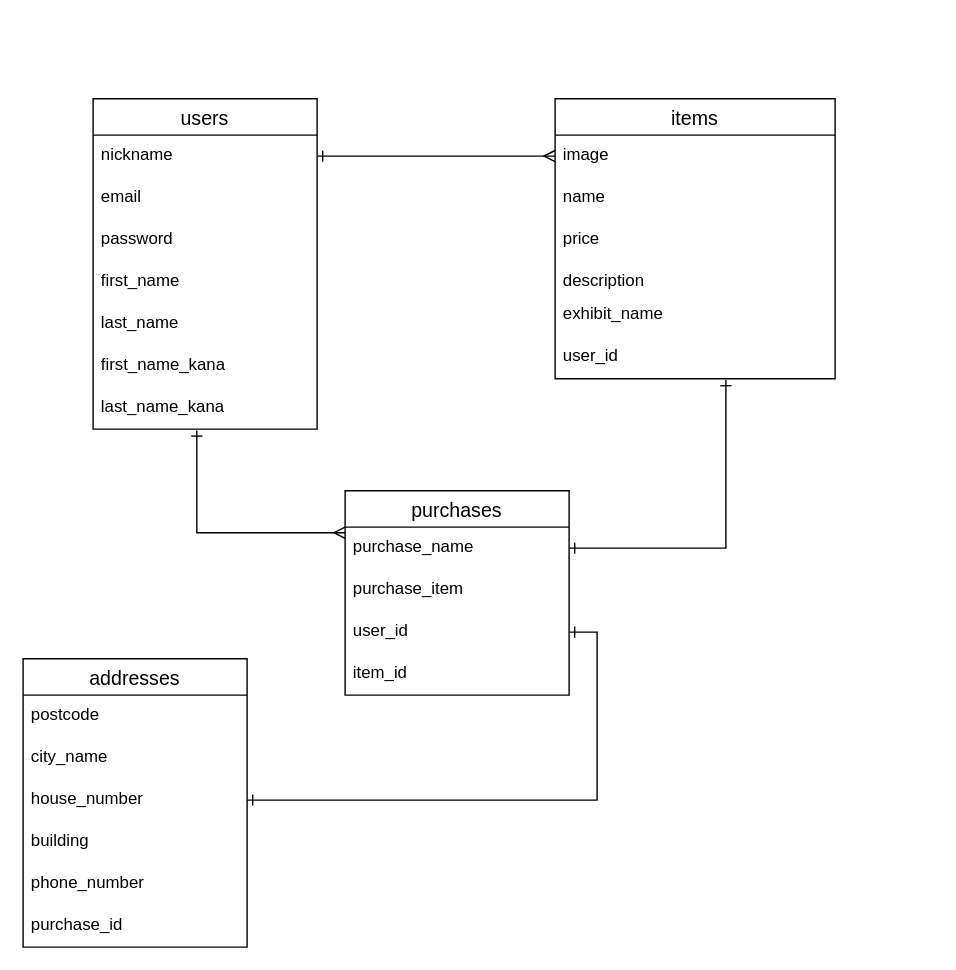
Earlier version of the draw.io diagram furima.dio (ebi-1341/furima-32549). Source tidied: cells renumbered, new cells numbered last; positions are measured from the earlier drawing's top-left corner, leaving out a move shared by most shapes. Both pictures are drawn from the tidied source at 140%, with x=0, y=0 at pixel (22, 98).
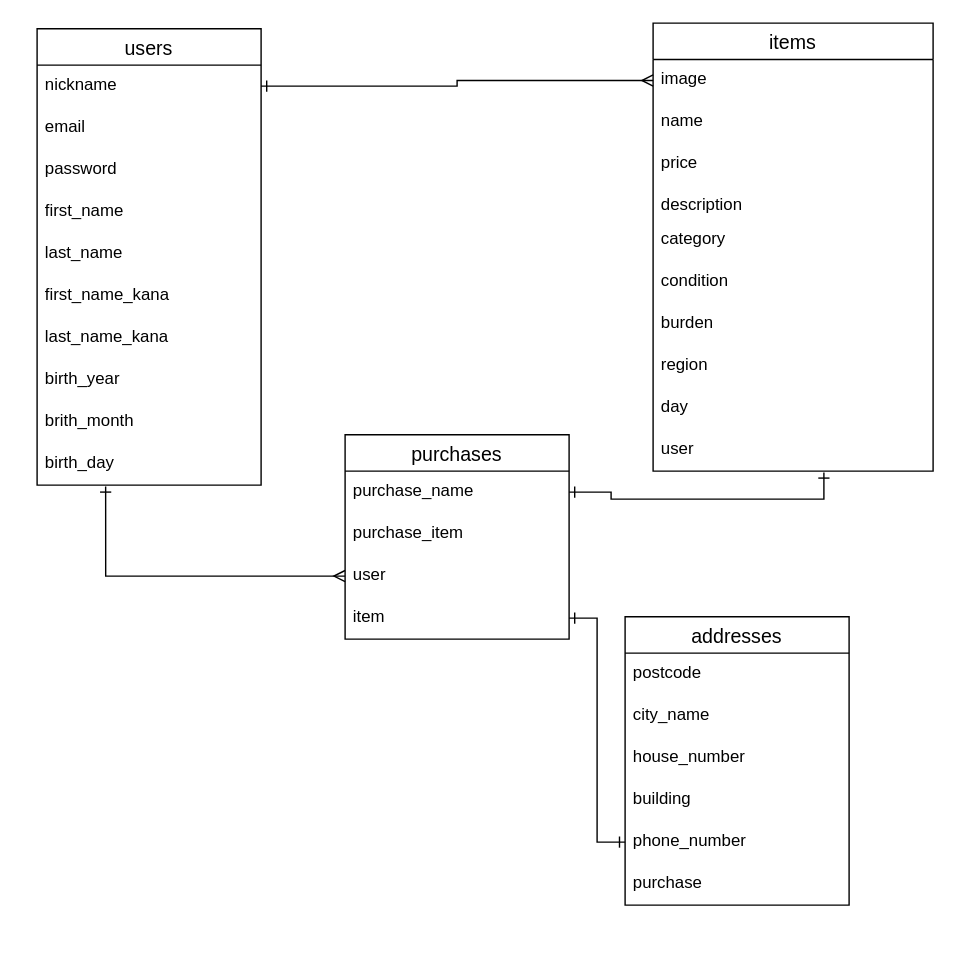
Above is the later version.

Commit message (it also covers changes not shown here):
ER図、READMEの修正

The change refers to these unchanged cells:
```xml
<mxCell id="9" value="last_name_kana" style="text;strokeColor=none;fillColor=none;spacingLeft=4;spacingRight=4;overflow=hidden;points=[[0,0.5],[1,0.5]];portConstraint=eastwest;fontSize=12;" parent="2" vertex="1">
  <mxGeometry y="206" width="160" height="30" as="geometry" />
</mxCell>
<mxCell id="26" value="house_number" style="text;strokeColor=none;fillColor=none;spacingLeft=4;spacingRight=4;overflow=hidden;points=[[0,0.5],[1,0.5]];portConstraint=eastwest;fontSize=12;" parent="23" vertex="1">
  <mxGeometry y="86" width="160" height="30" as="geometry" />
</mxCell>
<mxCell id="28" value="phone_number" style="text;strokeColor=none;fillColor=none;spacingLeft=4;spacingRight=4;overflow=hidden;points=[[0,0.5],[1,0.5]];portConstraint=eastwest;fontSize=12;" parent="23" vertex="1">
  <mxGeometry y="146" width="160" height="30" as="geometry" />
</mxCell>
```

What changed in the source:
```diff
@@
     <mxCell id="2" value="users" style="swimlane;fontStyle=0;horizontal=1;startSize=26;align=center;fontSize=14;" parent="1" vertex="1">
-      <mxGeometry x="50" width="160" height="236" as="geometry" />
+      <mxGeometry x="10" y="-50" width="160" height="326" as="geometry" />
     </mxCell>
@@
+    <mxCell id="33" value="birth_year" style="text;strokeColor=none;fillColor=none;spacingLeft=4;spacingRight=4;overflow=hidden;fontSize=12;" parent="2" vertex="1">
+      <mxGeometry y="236" width="160" height="30" as="geometry" />
+    </mxCell>
+    <mxCell id="34" value="brith_month" style="text;strokeColor=none;fillColor=none;spacingLeft=4;spacingRight=4;overflow=hidden;fontSize=12;" parent="2" vertex="1">
+      <mxGeometry y="266" width="160" height="30" as="geometry" />
+    </mxCell>
+    <mxCell id="35" value="birth_day" style="text;strokeColor=none;fillColor=none;spacingLeft=4;spacingRight=4;overflow=hidden;points=[[0,0.5],[1,0.5]];portConstraint=eastwest;fontSize=12;" parent="2" vertex="1">
+      <mxGeometry y="296" width="160" height="30" as="geometry" />
+    </mxCell>
     <mxCell id="10" value="items" style="swimlane;fontStyle=0;horizontal=1;startSize=26;align=center;fontSize=14;" parent="1" vertex="1">
-      <mxGeometry x="380" width="200" height="200" as="geometry" />
+      <mxGeometry x="450" y="-54" width="200" height="320" as="geometry" />
     </mxCell>
@@
-    <mxCell id="15" value="exhibit_name" style="text;strokeColor=none;fillColor=none;spacingLeft=4;spacingRight=4;overflow=hidden;fontSize=12;" parent="10" vertex="1">
-      <mxGeometry y="140" width="200" height="30" as="geometry" />
-    </mxCell>
+    <mxCell id="36" value="category" style="text;strokeColor=none;fillColor=none;spacingLeft=4;spacingRight=4;overflow=hidden;fontSize=12;" parent="10" vertex="1">
+      <mxGeometry y="140" width="200" height="30" as="geometry" />
+    </mxCell>
+    <mxCell id="37" value="condition" style="text;strokeColor=none;fillColor=none;spacingLeft=4;spacingRight=4;overflow=hidden;fontSize=12;" parent="10" vertex="1">
+      <mxGeometry y="170" width="200" height="30" as="geometry" />
+    </mxCell>
+    <mxCell id="38" value="burden" style="text;strokeColor=none;fillColor=none;spacingLeft=4;spacingRight=4;overflow=hidden;fontSize=12;" parent="10" vertex="1">
+      <mxGeometry y="200" width="200" height="30" as="geometry" />
+    </mxCell>
+    <mxCell id="39" value="region" style="text;strokeColor=none;fillColor=none;spacingLeft=4;spacingRight=4;overflow=hidden;fontSize=12;" parent="10" vertex="1">
+      <mxGeometry y="230" width="200" height="30" as="geometry" />
+    </mxCell>
+    <mxCell id="40" value="day" style="text;strokeColor=none;fillColor=none;spacingLeft=4;spacingRight=4;overflow=hidden;fontSize=12;" parent="10" vertex="1">
+      <mxGeometry y="260" width="200" height="30" as="geometry" />
+    </mxCell>
-    <mxCell id="16" value="user_id" style="text;strokeColor=none;fillColor=none;spacingLeft=4;spacingRight=4;overflow=hidden;points=[[0,0.5],[1,0.5]];portConstraint=eastwest;fontSize=12;" parent="10" vertex="1">
-      <mxGeometry y="170" width="200" height="30" as="geometry" />
+    <mxCell id="16" value="user" style="text;strokeColor=none;fillColor=none;spacingLeft=4;spacingRight=4;overflow=hidden;points=[[0,0.5],[1,0.5]];portConstraint=eastwest;fontSize=12;" parent="10" vertex="1">
+      <mxGeometry y="290" width="200" height="30" as="geometry" />
     </mxCell>
-    <mxCell id="17" style="edgeStyle=orthogonalEdgeStyle;rounded=0;jettySize=auto;html=1;entryX=0.463;entryY=1.033;entryDx=0;entryDy=0;entryPerimeter=0;startArrow=ERmany;startFill=0;endArrow=ERone;endFill=0;" parent="1" edge="1" source="18" target="9">
-      <mxGeometry relative="1" as="geometry">
-        <Array as="points">
-          <mxPoint x="124" y="310" />
-        </Array>
-      </mxGeometry>
-    </mxCell>
     <mxCell id="18" value="purchases" style="swimlane;fontStyle=0;horizontal=1;startSize=26;align=center;fontSize=14;" parent="1" vertex="1">
-      <mxGeometry x="230" y="280" width="160" height="146" as="geometry" />
+      <mxGeometry x="230" y="240" width="160" height="146" as="geometry" />
     </mxCell>
@@
-    <mxCell id="21" value="user_id" style="text;strokeColor=none;fillColor=none;spacingLeft=4;spacingRight=4;overflow=hidden;points=[[0,0.5],[1,0.5]];portConstraint=eastwest;fontSize=12;" parent="18" vertex="1">
+    <mxCell id="21" value="user" style="text;strokeColor=none;fillColor=none;spacingLeft=4;spacingRight=4;overflow=hidden;points=[[0,0.5],[1,0.5]];portConstraint=eastwest;fontSize=12;" parent="18" vertex="1">
       <mxGeometry y="86" width="160" height="30" as="geometry" />
     </mxCell>
-    <mxCell id="22" value="item_id" style="text;strokeColor=none;fillColor=none;spacingLeft=4;spacingRight=4;overflow=hidden;points=[[0,0.5],[1,0.5]];portConstraint=eastwest;fontSize=12;" parent="18" vertex="1">
+    <mxCell id="22" value="item" style="text;strokeColor=none;fillColor=none;spacingLeft=4;spacingRight=4;overflow=hidden;points=[[0,0.5],[1,0.5]];portConstraint=eastwest;fontSize=12;" parent="18" vertex="1">
       <mxGeometry y="116" width="160" height="30" as="geometry" />
     </mxCell>
     <mxCell id="23" value="addresses" style="swimlane;fontStyle=0;horizontal=1;startSize=26;align=center;fontSize=14;" parent="1" vertex="1">
-      <mxGeometry y="400" width="160" height="206" as="geometry" />
+      <mxGeometry x="430" y="370" width="160" height="206" as="geometry" />
     </mxCell>
@@
-    <mxCell id="29" value="purchase_id" style="text;strokeColor=none;fillColor=none;spacingLeft=4;spacingRight=4;overflow=hidden;fontSize=12;" parent="23" vertex="1">
+    <mxCell id="29" value="purchase" style="text;strokeColor=none;fillColor=none;spacingLeft=4;spacingRight=4;overflow=hidden;fontSize=12;" parent="23" vertex="1">
       <mxGeometry y="176" width="160" height="30" as="geometry" />
     </mxCell>
@@
-    <mxCell id="32" style="edgeStyle=orthogonalEdgeStyle;rounded=0;jettySize=auto;html=1;exitX=1;exitY=0.5;exitDx=0;exitDy=0;entryX=1;entryY=0.5;entryDx=0;entryDy=0;startArrow=ERone;startFill=0;endArrow=ERone;endFill=0;" parent="1" edge="1" source="26" target="21">
-      <mxGeometry relative="1" as="geometry" />
-    </mxCell>
+    <mxCell id="41" style="edgeStyle=orthogonalEdgeStyle;rounded=0;jettySize=auto;html=1;exitX=0;exitY=0.5;exitDx=0;exitDy=0;entryX=0.306;entryY=1.033;entryDx=0;entryDy=0;entryPerimeter=0;startArrow=ERmany;startFill=0;endArrow=ERone;endFill=0;" parent="1" edge="1" source="21" target="35">
+      <mxGeometry relative="1" as="geometry" />
+    </mxCell>
+    <mxCell id="42" style="edgeStyle=orthogonalEdgeStyle;rounded=0;jettySize=auto;html=1;exitX=1;exitY=0.5;exitDx=0;exitDy=0;entryX=0;entryY=0.5;entryDx=0;entryDy=0;startArrow=ERone;startFill=0;endArrow=ERone;endFill=0;" parent="1" edge="1" source="22" target="28">
+      <mxGeometry relative="1" as="geometry" />
+    </mxCell>
```
